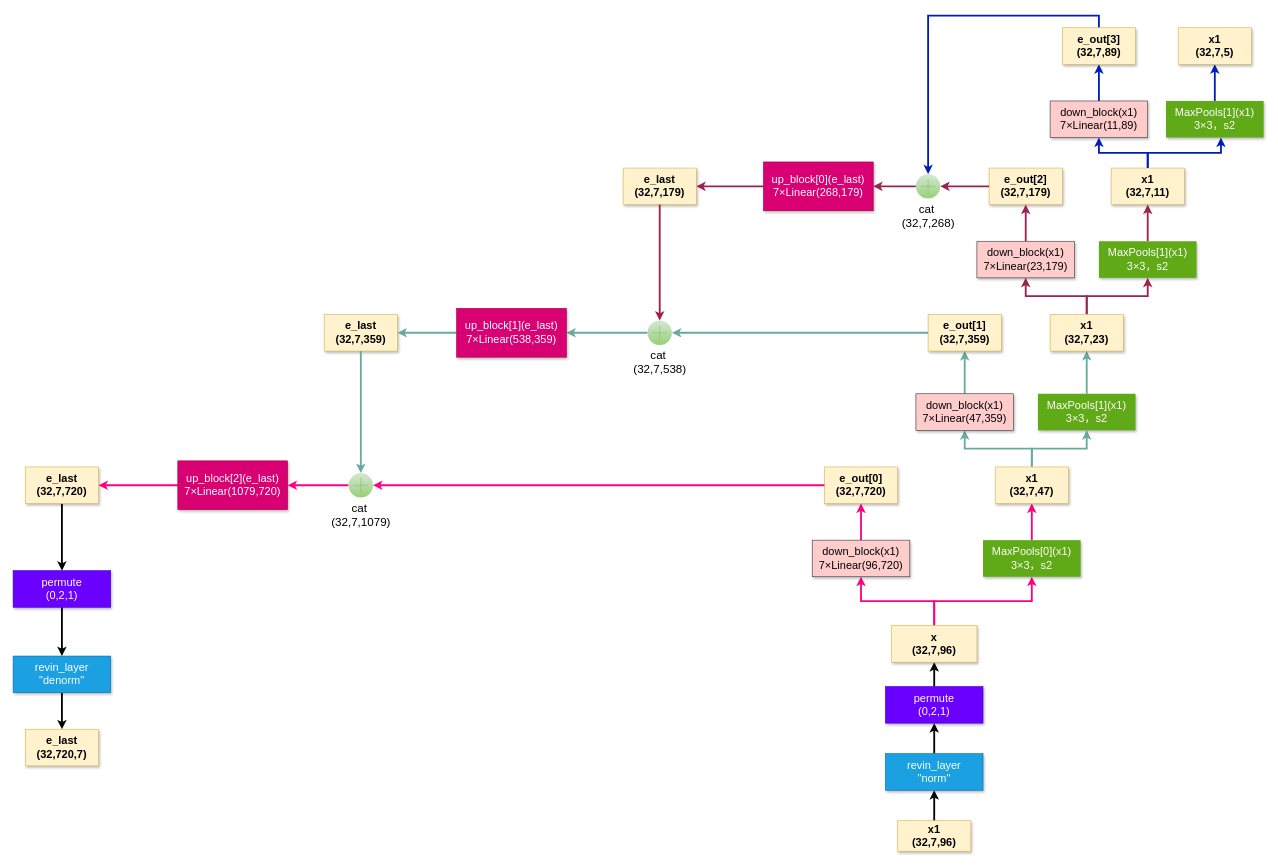
dearRongerr/draw.io keeps this draw.io diagram as page "第 11 页" (11 of 14) of 未命名绘图.drawio. Above is the earlier version. Source tidied: cells renumbered, new cells numbered last; positions are measured from the earlier drawing's top-left corner, leaving out a move shared by most shapes. Both pictures are drawn from the tidied source at 61%, with x=0, y=0 at pixel (13, 27).
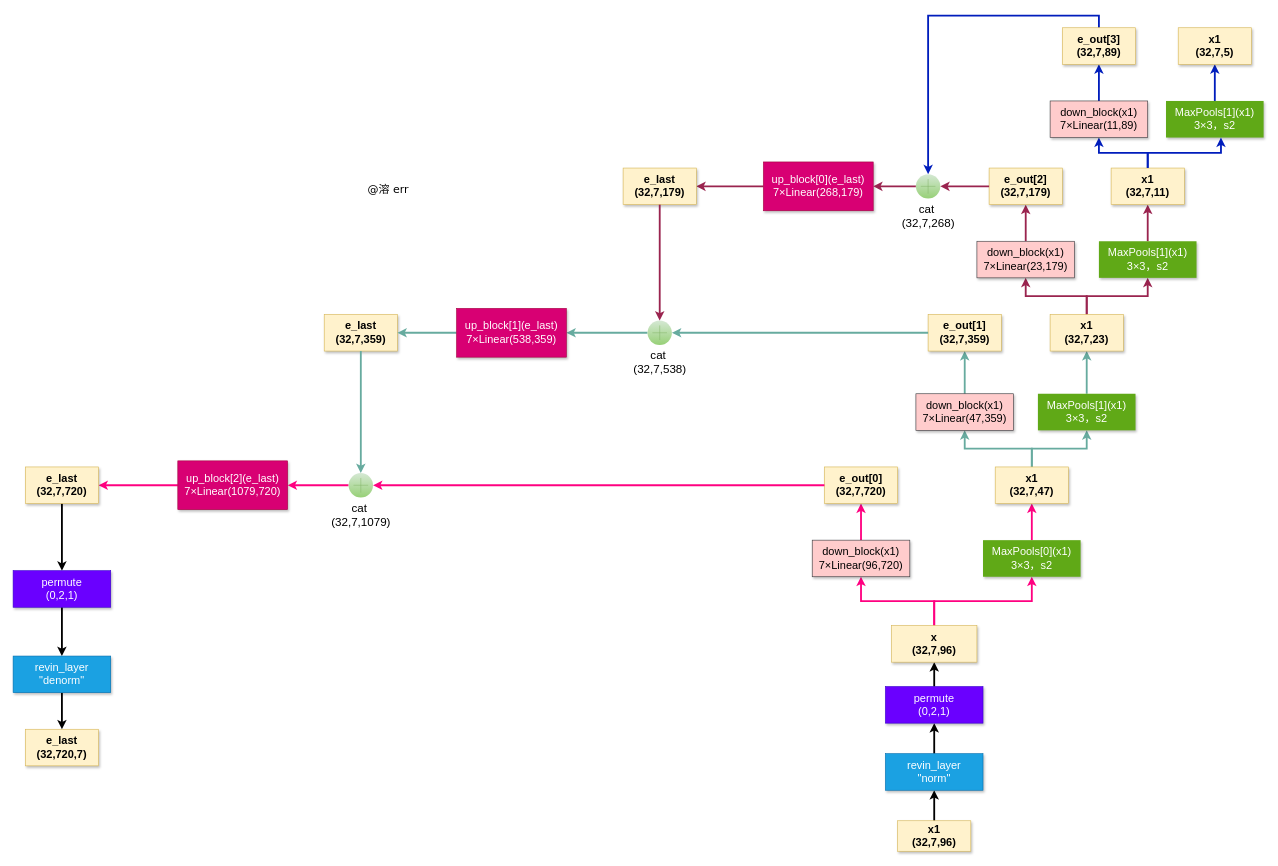
The same diagram, later.

The edit, as a diff of the source:
```diff
@@
+    <mxCell id="68" value="&lt;font face=&quot;Verdana&quot;&gt;@溶 err&lt;/font&gt;" style="text;html=1;align=center;verticalAlign=middle;whiteSpace=wrap;rounded=0;fontFamily=Helvetica;fontSize=18;fontColor=default;" parent="1" vertex="1">
+      <mxGeometry x="560" y="250" width="110" height="30" as="geometry" />
+    </mxCell>
```
